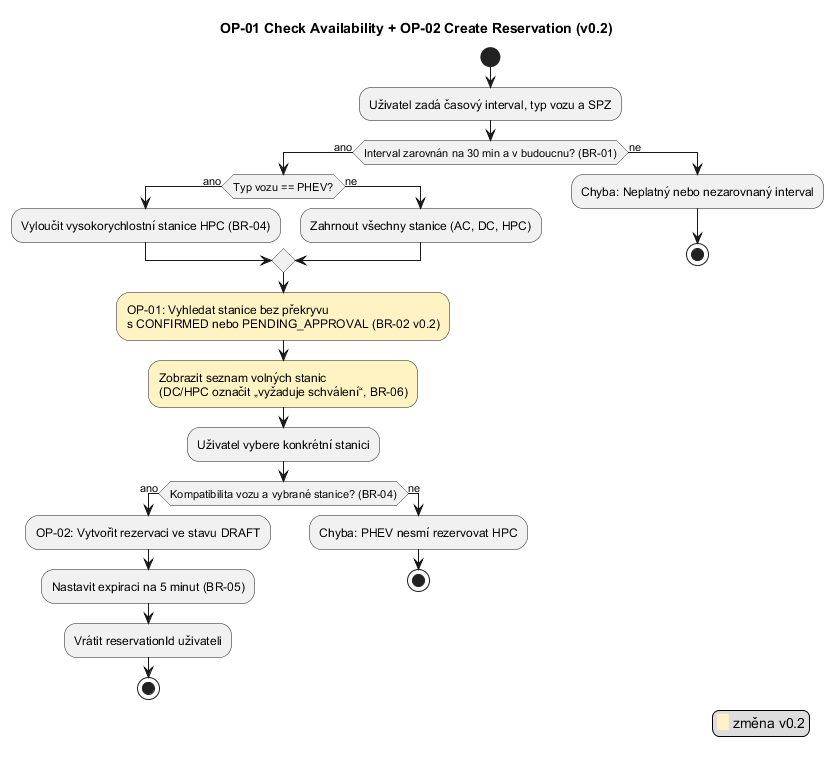
The PlantUML diagram docs/diagrams/act_op01_v02.png in Gangyss67/SWI_Charger_stations, before a commit.
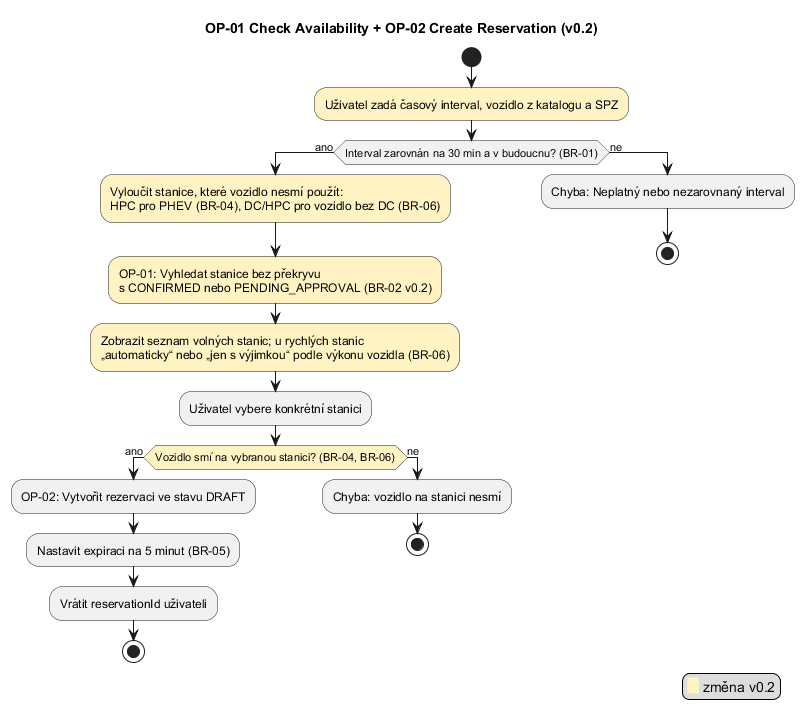
Later version of the same file.

Change to the diagram source:
```diff
@@ -2,25 +2,22 @@
 skinparam defaultFontName Arial
 title OP-01 Check Availability + OP-02 Create Reservation (v0.2)
 start
-:Uživatel zadá časový interval, typ vozu a SPZ;
+#FFF3C4:Uživatel zadá časový interval, vozidlo z katalogu a SPZ;
 if (Interval zarovnán na 30 min a v budoucnu? (BR-01)) then (ano)
-  if (Typ vozu == PHEV?) then (ano)
-    :Vyloučit vysokorychlostní stanice HPC (BR-04);
-  else (ne)
-    :Zahrnout všechny stanice (AC, DC, HPC);
-  endif
+  #FFF3C4:Vyloučit stanice, které vozidlo nesmí použít:
+  HPC pro PHEV (BR-04), DC/HPC pro vozidlo bez DC (BR-06);
   #FFF3C4:OP-01: Vyhledat stanice bez překryvu
   s CONFIRMED nebo PENDING_APPROVAL (BR-02 v0.2);
-  #FFF3C4:Zobrazit seznam volných stanic
-  (DC/HPC označit „vyžaduje schválení“, BR-06);
+  #FFF3C4:Zobrazit seznam volných stanic; u rychlých stanic
+  „automaticky“ nebo „jen s výjimkou“ podle výkonu vozidla (BR-06);
   :Uživatel vybere konkrétní stanici;
-  if (Kompatibilita vozu a vybrané stanice? (BR-04)) then (ano)
+  #FFF3C4:if (Vozidlo smí na vybranou stanici? (BR-04, BR-06)) then (ano)
     :OP-02: Vytvořit rezervaci ve stavu DRAFT;
     :Nastavit expiraci na 5 minut (BR-05);
     :Vrátit reservationId uživateli;
     stop
   else (ne)
-    :Chyba: PHEV nesmí rezervovat HPC;
+    :Chyba: vozidlo na stanici nesmí;
     stop
   endif
 else (ne)
```
